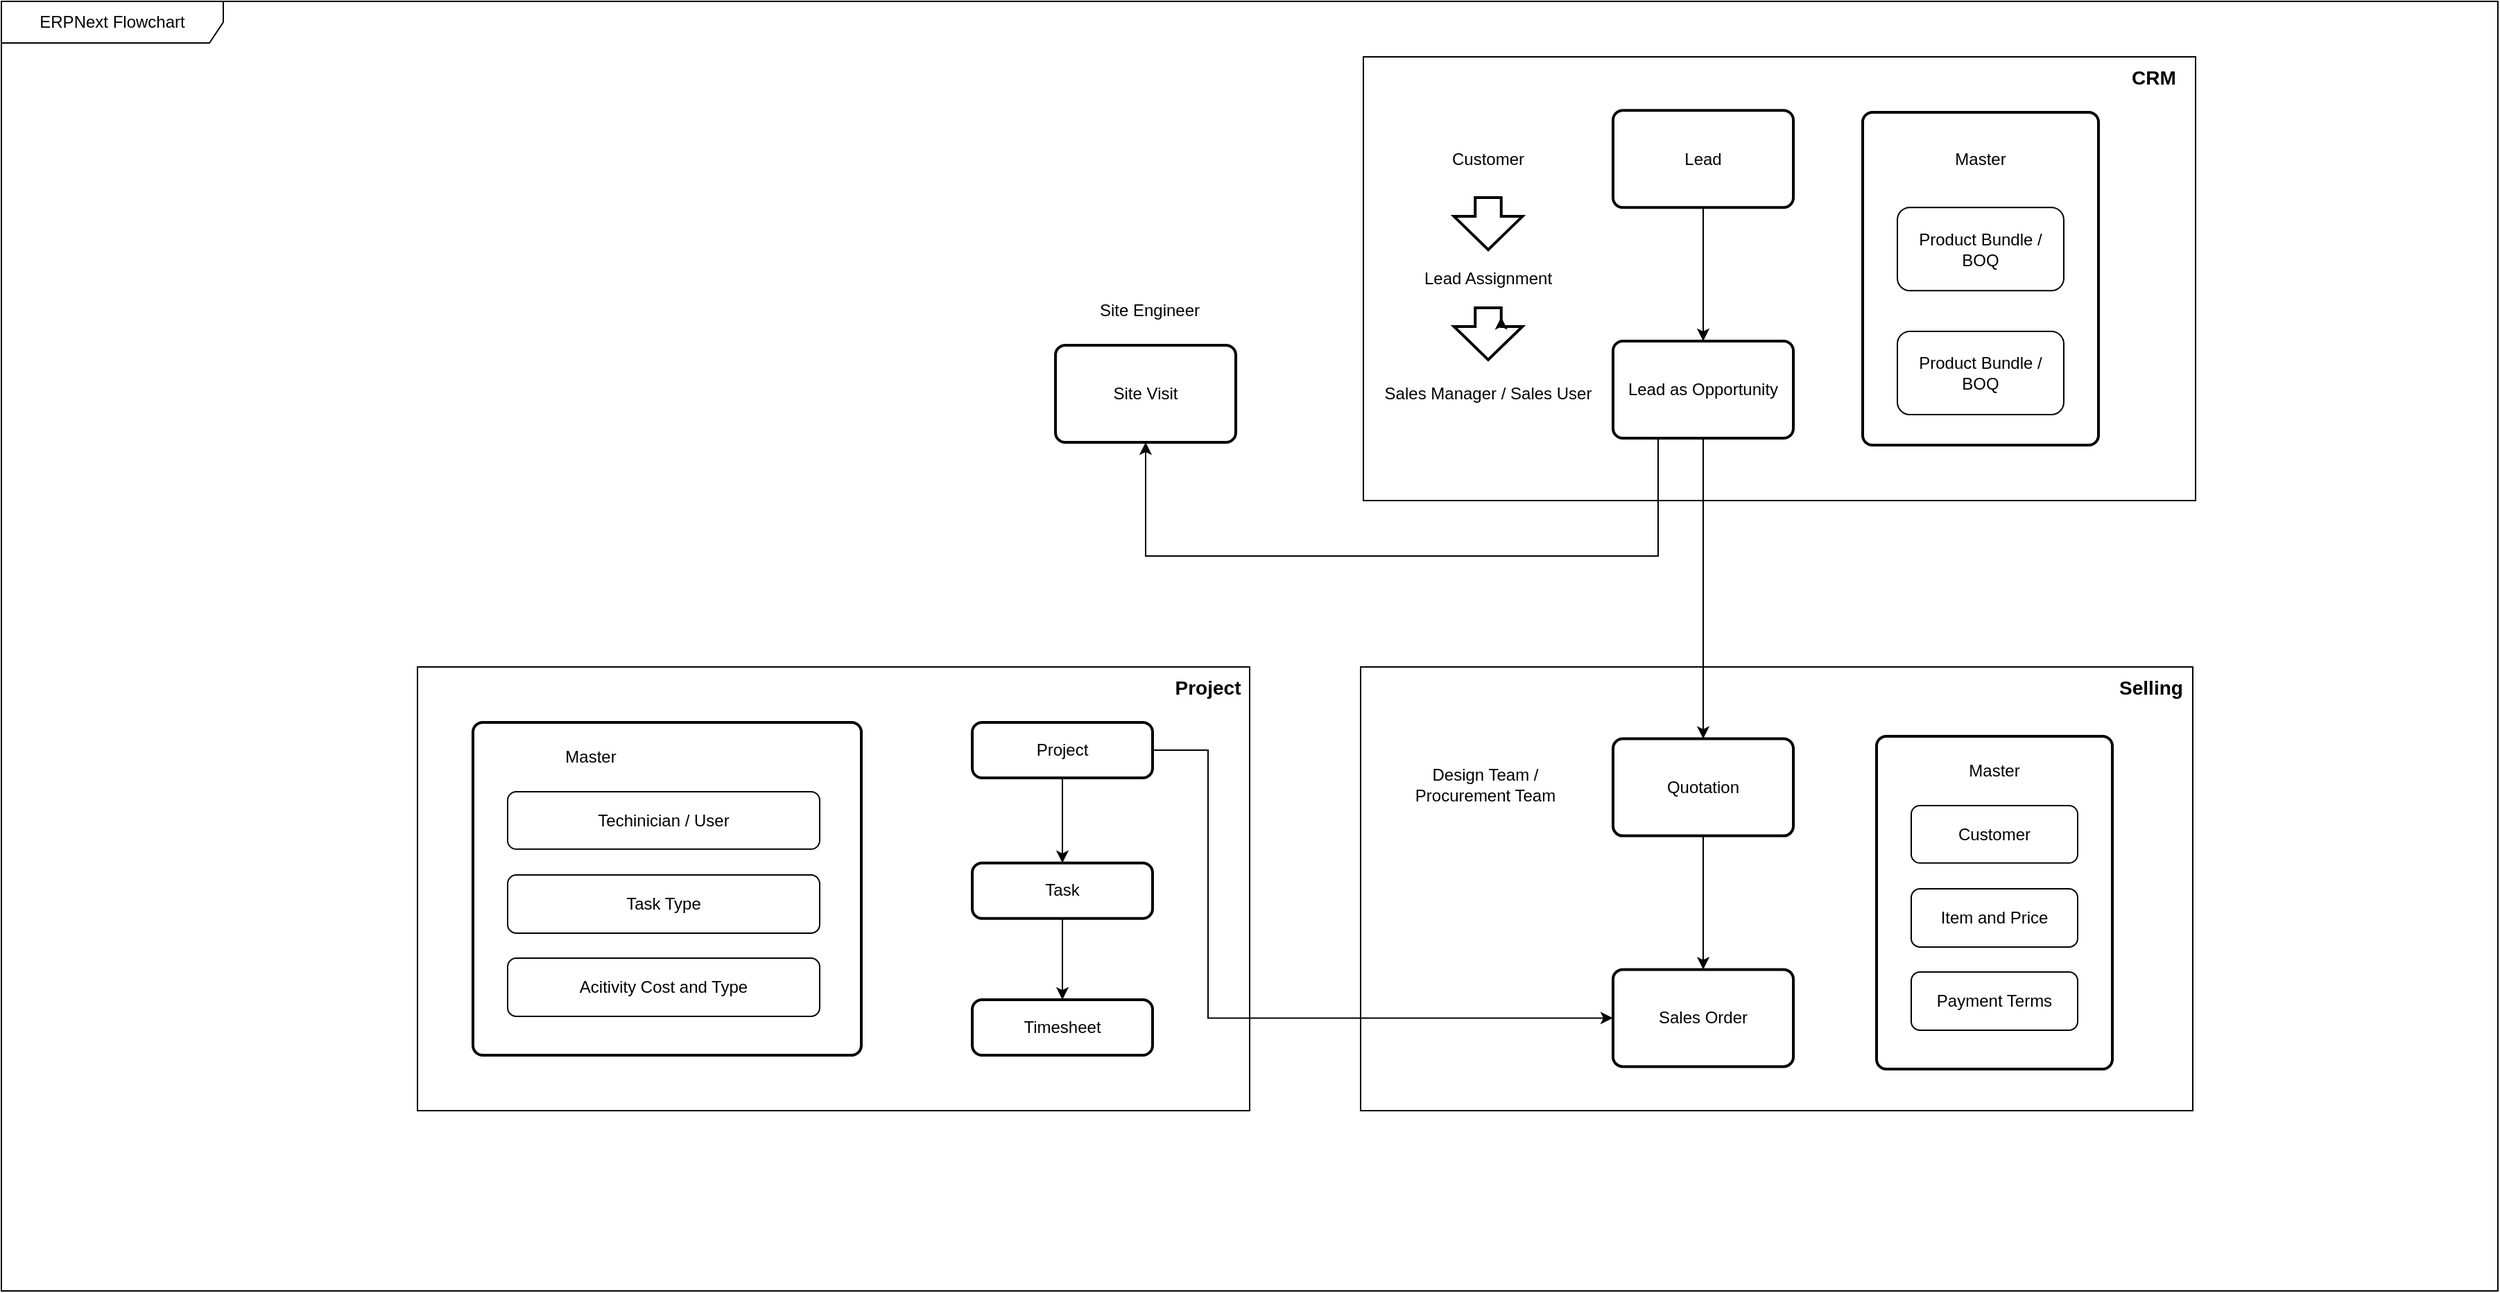
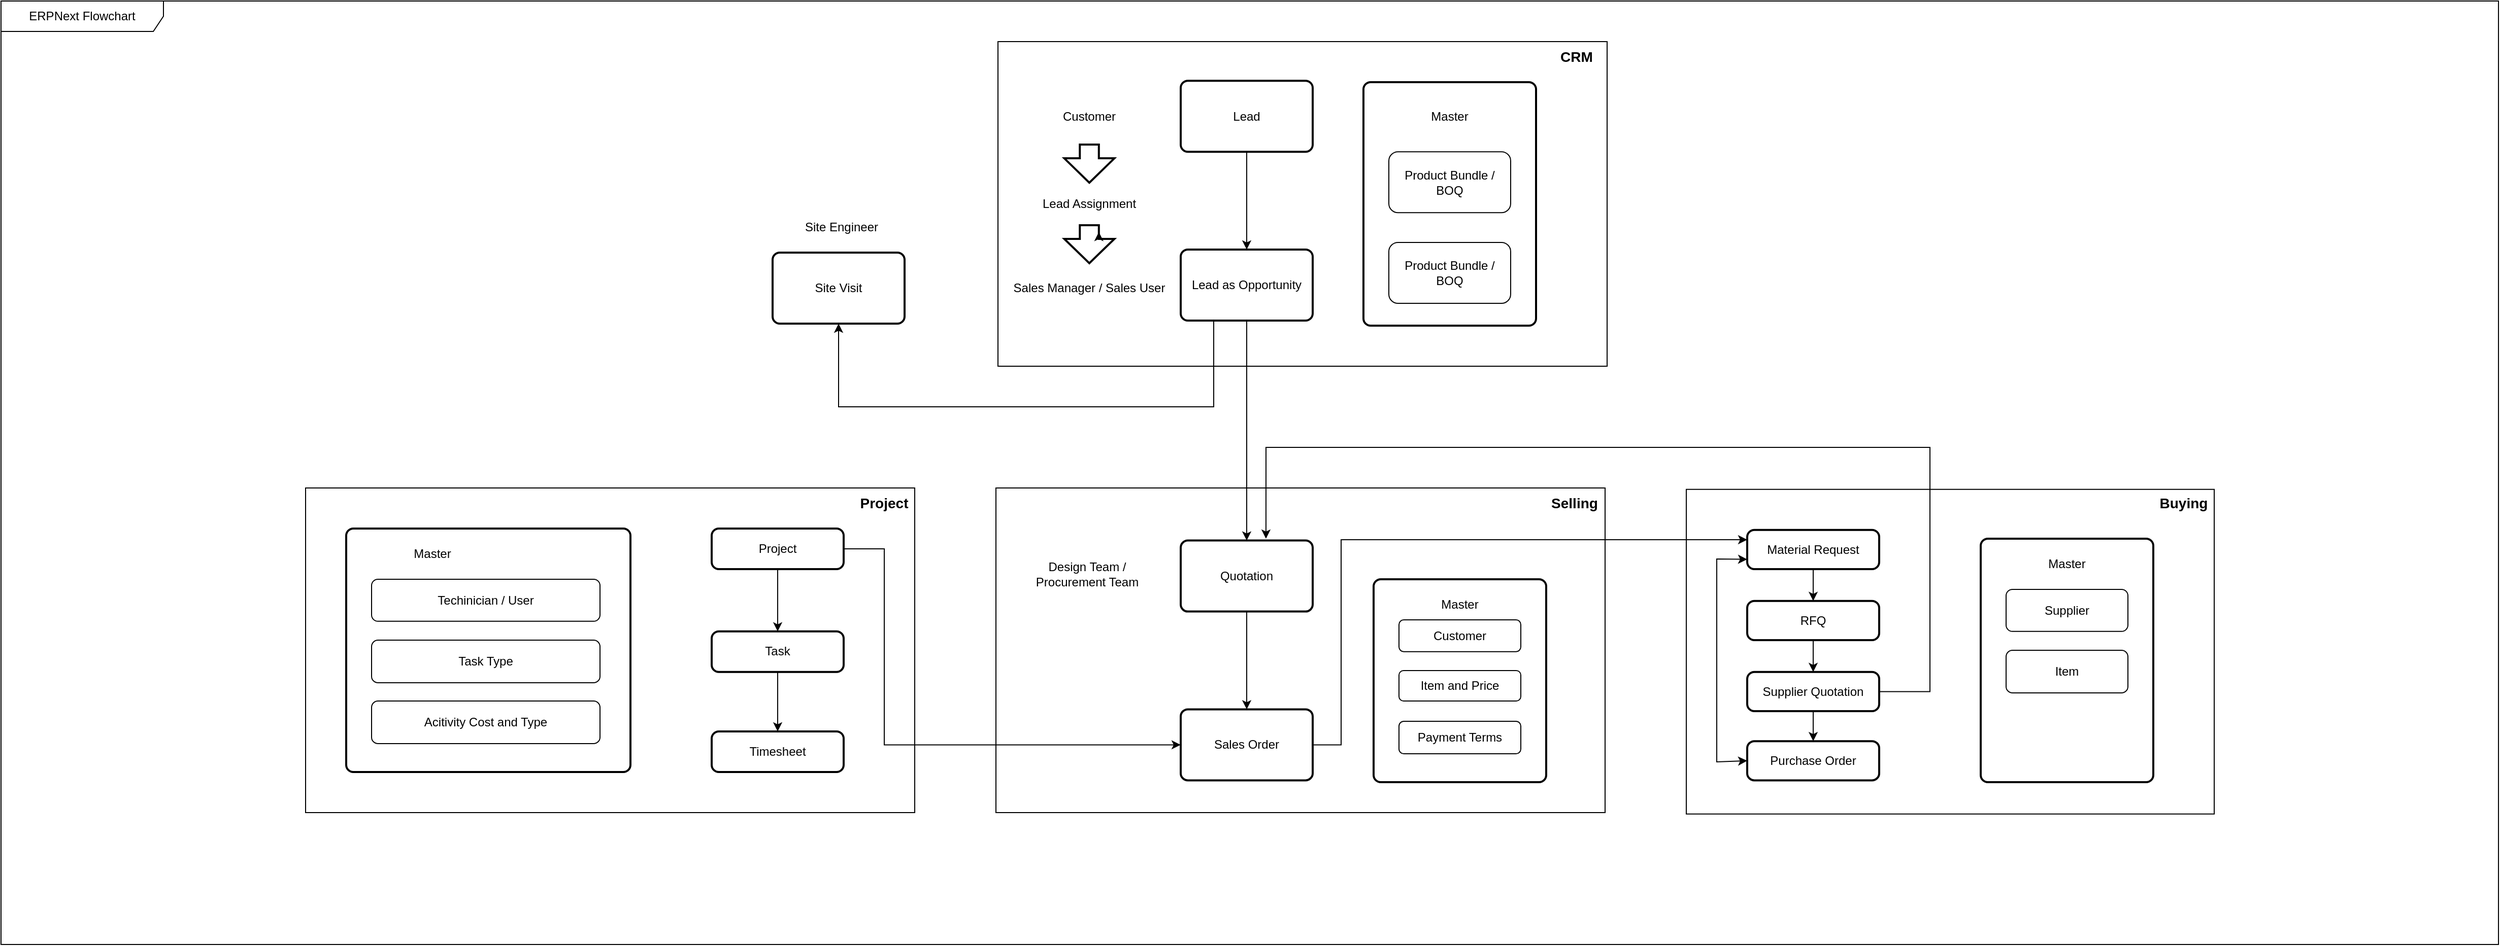
<mxfile host="Electron" agent="Mozilla/5.0 (Windows NT 10.0; Win64; x64) AppleWebKit/537.36 (KHTML, like Gecko) draw.io/28.2.5 Chrome/138.0.7204.251 Electron/37.6.1 Safari/537.36" version="28.2.5">
  <diagram name="ERPNext-Flowchart" id="5VQpRf3UxsrrhgqVb7EB">
    <mxGraphModel dx="1938" dy="537" grid="1" gridSize="10" guides="1" tooltips="1" connect="1" arrows="1" fold="1" page="1" pageScale="1" pageWidth="827" pageHeight="1169" math="0" shadow="0">
      <root>
        <mxCell id="0" />
        <mxCell id="1" parent="0" />
        <mxCell id="KllrkMzeH1JwtFpocHV2-1" value="ERPNext Flowchart" style="shape=umlFrame;whiteSpace=wrap;html=1;pointerEvents=0;recursiveResize=0;container=1;collapsible=0;width=160;" parent="1" vertex="1">
-           <mxGeometry x="-620" y="200" width="1800" height="930" as="geometry" />
+           <mxGeometry x="-620" y="200" width="2460" height="930" as="geometry" />
        </mxCell>
        <mxCell id="KllrkMzeH1JwtFpocHV2-4" value="" style="rounded=0;whiteSpace=wrap;html=1;" parent="KllrkMzeH1JwtFpocHV2-1" vertex="1">
          <mxGeometry x="982" y="40" width="600" height="320" as="geometry" />
        </mxCell>
        <mxCell id="HzzqJf4aiWvtWUCyWPR2-2" value="" style="rounded=0;whiteSpace=wrap;html=1;" parent="KllrkMzeH1JwtFpocHV2-1" vertex="1">
          <mxGeometry x="980" y="480" width="600" height="320" as="geometry" />
        </mxCell>
        <mxCell id="KllrkMzeH1JwtFpocHV2-5" value="&lt;b&gt;&lt;font style=&quot;font-size: 14px;&quot;&gt;CRM&lt;/font&gt;&lt;/b&gt;" style="text;html=1;align=center;verticalAlign=middle;whiteSpace=wrap;rounded=0;" parent="KllrkMzeH1JwtFpocHV2-1" vertex="1">
          <mxGeometry x="1522" y="40" width="60" height="30" as="geometry" />
        </mxCell>
        <mxCell id="KllrkMzeH1JwtFpocHV2-8" style="edgeStyle=orthogonalEdgeStyle;rounded=0;orthogonalLoop=1;jettySize=auto;html=1;entryX=0.5;entryY=0;entryDx=0;entryDy=0;" parent="KllrkMzeH1JwtFpocHV2-1" source="KllrkMzeH1JwtFpocHV2-6" target="KllrkMzeH1JwtFpocHV2-7" edge="1">
          <mxGeometry relative="1" as="geometry" />
        </mxCell>
        <mxCell id="KllrkMzeH1JwtFpocHV2-6" value="Lead" style="rounded=1;whiteSpace=wrap;html=1;absoluteArcSize=1;arcSize=14;strokeWidth=2;" parent="KllrkMzeH1JwtFpocHV2-1" vertex="1">
          <mxGeometry x="1162" y="78.62" width="130" height="70" as="geometry" />
        </mxCell>
        <mxCell id="HfOkyrBZXoMukZalgRzS-3" style="edgeStyle=orthogonalEdgeStyle;rounded=0;orthogonalLoop=1;jettySize=auto;html=1;exitX=0.25;exitY=1;exitDx=0;exitDy=0;entryX=0.5;entryY=1;entryDx=0;entryDy=0;" parent="KllrkMzeH1JwtFpocHV2-1" source="KllrkMzeH1JwtFpocHV2-7" target="HfOkyrBZXoMukZalgRzS-1" edge="1">
          <mxGeometry relative="1" as="geometry">
            <Array as="points">
              <mxPoint x="1195" y="400" />
              <mxPoint x="825" y="400" />
            </Array>
          </mxGeometry>
        </mxCell>
        <mxCell id="9vPmLMj-lYNAUNwBxfTh-4" style="edgeStyle=orthogonalEdgeStyle;rounded=0;orthogonalLoop=1;jettySize=auto;html=1;" parent="KllrkMzeH1JwtFpocHV2-1" source="KllrkMzeH1JwtFpocHV2-7" target="9vPmLMj-lYNAUNwBxfTh-2" edge="1">
          <mxGeometry relative="1" as="geometry" />
        </mxCell>
        <mxCell id="KllrkMzeH1JwtFpocHV2-7" value="Lead as Opportunity" style="rounded=1;whiteSpace=wrap;html=1;absoluteArcSize=1;arcSize=14;strokeWidth=2;" parent="KllrkMzeH1JwtFpocHV2-1" vertex="1">
          <mxGeometry x="1162" y="245" width="130" height="70" as="geometry" />
        </mxCell>
        <mxCell id="C1Wobmr2DnB0NistbBoQ-4" value="Customer" style="text;html=1;align=center;verticalAlign=middle;whiteSpace=wrap;rounded=0;" parent="KllrkMzeH1JwtFpocHV2-1" vertex="1">
          <mxGeometry x="982" y="98.62" width="180" height="30" as="geometry" />
        </mxCell>
        <mxCell id="C1Wobmr2DnB0NistbBoQ-7" value="Sales Manager / Sales User" style="text;html=1;align=center;verticalAlign=middle;whiteSpace=wrap;rounded=0;" parent="KllrkMzeH1JwtFpocHV2-1" vertex="1">
          <mxGeometry x="982" y="268" width="180" height="30" as="geometry" />
        </mxCell>
        <mxCell id="C1Wobmr2DnB0NistbBoQ-9" value="" style="verticalLabelPosition=bottom;verticalAlign=top;html=1;strokeWidth=2;shape=mxgraph.arrows2.arrow;dy=0.62;dx=24;notch=0;rotation=90;" parent="KllrkMzeH1JwtFpocHV2-1" vertex="1">
          <mxGeometry x="1053.25" y="135.62" width="37.5" height="49.38" as="geometry" />
        </mxCell>
        <mxCell id="C1Wobmr2DnB0NistbBoQ-10" value="" style="verticalLabelPosition=bottom;verticalAlign=top;html=1;strokeWidth=2;shape=mxgraph.arrows2.arrow;dy=0.62;dx=24;notch=0;rotation=90;" parent="KllrkMzeH1JwtFpocHV2-1" vertex="1">
          <mxGeometry x="1053.25" y="215" width="37.5" height="49.38" as="geometry" />
        </mxCell>
        <mxCell id="mgzSuXylah5s0_LilTAz-1" value="" style="rounded=1;whiteSpace=wrap;html=1;absoluteArcSize=1;arcSize=14;strokeWidth=2;" parent="KllrkMzeH1JwtFpocHV2-1" vertex="1">
          <mxGeometry x="1342" y="80" width="170" height="240" as="geometry" />
        </mxCell>
        <mxCell id="mgzSuXylah5s0_LilTAz-3" value="Master" style="text;html=1;align=center;verticalAlign=middle;whiteSpace=wrap;rounded=0;" parent="KllrkMzeH1JwtFpocHV2-1" vertex="1">
          <mxGeometry x="1397" y="98.62" width="60" height="30" as="geometry" />
        </mxCell>
        <mxCell id="mgzSuXylah5s0_LilTAz-4" value="Product Bundle / BOQ" style="rounded=1;whiteSpace=wrap;html=1;" parent="KllrkMzeH1JwtFpocHV2-1" vertex="1">
          <mxGeometry x="1367" y="148.62" width="120" height="60" as="geometry" />
        </mxCell>
        <mxCell id="mgzSuXylah5s0_LilTAz-5" value="Product Bundle / BOQ" style="rounded=1;whiteSpace=wrap;html=1;" parent="KllrkMzeH1JwtFpocHV2-1" vertex="1">
          <mxGeometry x="1367" y="238" width="120" height="60" as="geometry" />
        </mxCell>
        <mxCell id="C1Wobmr2DnB0NistbBoQ-6" value="Lead Assignment" style="text;html=1;align=center;verticalAlign=middle;whiteSpace=wrap;rounded=0;" parent="KllrkMzeH1JwtFpocHV2-1" vertex="1">
          <mxGeometry x="982" y="185" width="180" height="30" as="geometry" />
        </mxCell>
        <mxCell id="mgzSuXylah5s0_LilTAz-6" style="edgeStyle=orthogonalEdgeStyle;rounded=0;orthogonalLoop=1;jettySize=auto;html=1;exitX=0;exitY=0;exitDx=13.5;exitDy=15.3078;exitPerimeter=0;entryX=0;entryY=0;entryDx=6.75;entryDy=15.3078;entryPerimeter=0;" parent="KllrkMzeH1JwtFpocHV2-1" source="C1Wobmr2DnB0NistbBoQ-10" target="C1Wobmr2DnB0NistbBoQ-10" edge="1">
          <mxGeometry relative="1" as="geometry" />
        </mxCell>
        <mxCell id="HfOkyrBZXoMukZalgRzS-1" value="Site Visit" style="rounded=1;whiteSpace=wrap;html=1;absoluteArcSize=1;arcSize=14;strokeWidth=2;" parent="KllrkMzeH1JwtFpocHV2-1" vertex="1">
          <mxGeometry x="760" y="248" width="130" height="70" as="geometry" />
        </mxCell>
        <mxCell id="HfOkyrBZXoMukZalgRzS-2" value="Site Engineer" style="text;html=1;align=center;verticalAlign=middle;whiteSpace=wrap;rounded=0;" parent="KllrkMzeH1JwtFpocHV2-1" vertex="1">
          <mxGeometry x="763" y="208" width="130" height="30" as="geometry" />
        </mxCell>
        <mxCell id="HzzqJf4aiWvtWUCyWPR2-1" value="" style="rounded=0;whiteSpace=wrap;html=1;" parent="KllrkMzeH1JwtFpocHV2-1" vertex="1">
          <mxGeometry x="300" y="480" width="600" height="320" as="geometry" />
        </mxCell>
        <mxCell id="HzzqJf4aiWvtWUCyWPR2-3" value="&lt;b&gt;&lt;font style=&quot;font-size: 14px;&quot;&gt;Selling&lt;/font&gt;&lt;/b&gt;" style="text;html=1;align=center;verticalAlign=middle;whiteSpace=wrap;rounded=0;" parent="KllrkMzeH1JwtFpocHV2-1" vertex="1">
          <mxGeometry x="1520" y="480" width="60" height="30" as="geometry" />
        </mxCell>
        <mxCell id="HzzqJf4aiWvtWUCyWPR2-4" value="" style="rounded=1;whiteSpace=wrap;html=1;absoluteArcSize=1;arcSize=14;strokeWidth=2;" parent="KllrkMzeH1JwtFpocHV2-1" vertex="1">
-           <mxGeometry x="1352" y="530" width="170" height="240" as="geometry" />
+           <mxGeometry x="1352" y="570" width="170" height="200" as="geometry" />
        </mxCell>
        <mxCell id="HzzqJf4aiWvtWUCyWPR2-5" value="Master" style="text;html=1;align=center;verticalAlign=middle;whiteSpace=wrap;rounded=0;" parent="KllrkMzeH1JwtFpocHV2-1" vertex="1">
-           <mxGeometry x="1407" y="540" width="60" height="30" as="geometry" />
+           <mxGeometry x="1407" y="580" width="60" height="30" as="geometry" />
        </mxCell>
        <mxCell id="HzzqJf4aiWvtWUCyWPR2-6" value="Customer" style="rounded=1;whiteSpace=wrap;html=1;" parent="KllrkMzeH1JwtFpocHV2-1" vertex="1">
-           <mxGeometry x="1377" y="580" width="120" height="41.38" as="geometry" />
+           <mxGeometry x="1377" y="610" width="120" height="31.38" as="geometry" />
        </mxCell>
        <mxCell id="HzzqJf4aiWvtWUCyWPR2-7" value="Item and Price" style="rounded=1;whiteSpace=wrap;html=1;" parent="KllrkMzeH1JwtFpocHV2-1" vertex="1">
-           <mxGeometry x="1377" y="640" width="120" height="42" as="geometry" />
+           <mxGeometry x="1377" y="660" width="120" height="30" as="geometry" />
        </mxCell>
        <mxCell id="HzzqJf4aiWvtWUCyWPR2-8" value="Payment Terms" style="rounded=1;whiteSpace=wrap;html=1;" parent="KllrkMzeH1JwtFpocHV2-1" vertex="1">
-           <mxGeometry x="1377" y="700" width="120" height="42" as="geometry" />
+           <mxGeometry x="1377" y="710" width="120" height="32" as="geometry" />
        </mxCell>
        <mxCell id="9vPmLMj-lYNAUNwBxfTh-1" style="edgeStyle=orthogonalEdgeStyle;rounded=0;orthogonalLoop=1;jettySize=auto;html=1;entryX=0.5;entryY=0;entryDx=0;entryDy=0;" parent="KllrkMzeH1JwtFpocHV2-1" source="9vPmLMj-lYNAUNwBxfTh-2" target="9vPmLMj-lYNAUNwBxfTh-3" edge="1">
          <mxGeometry relative="1" as="geometry" />
        </mxCell>
        <mxCell id="9vPmLMj-lYNAUNwBxfTh-2" value="Quotation" style="rounded=1;whiteSpace=wrap;html=1;absoluteArcSize=1;arcSize=14;strokeWidth=2;" parent="KllrkMzeH1JwtFpocHV2-1" vertex="1">
          <mxGeometry x="1162" y="531.8100000000001" width="130" height="70" as="geometry" />
        </mxCell>
        <mxCell id="9vPmLMj-lYNAUNwBxfTh-3" value="Sales Order" style="rounded=1;whiteSpace=wrap;html=1;absoluteArcSize=1;arcSize=14;strokeWidth=2;" parent="KllrkMzeH1JwtFpocHV2-1" vertex="1">
          <mxGeometry x="1162" y="698.19" width="130" height="70" as="geometry" />
        </mxCell>
        <mxCell id="9vPmLMj-lYNAUNwBxfTh-5" value="Design Team / &lt;br&gt;Procurement Team" style="text;html=1;align=center;verticalAlign=middle;whiteSpace=wrap;rounded=0;" parent="KllrkMzeH1JwtFpocHV2-1" vertex="1">
          <mxGeometry x="980" y="550" width="180" height="30" as="geometry" />
        </mxCell>
-         <mxCell id="2oqTBdLxuhPTP0U-nZZK-1" value="&lt;b&gt;&lt;font style=&quot;font-size: 14px;&quot;&gt;Project&lt;/font&gt;&lt;/b&gt;" style="text;html=1;align=center;verticalAlign=middle;whiteSpace=wrap;rounded=0;" vertex="1" parent="KllrkMzeH1JwtFpocHV2-1">
+         <mxCell id="2oqTBdLxuhPTP0U-nZZK-1" value="&lt;b&gt;&lt;font style=&quot;font-size: 14px;&quot;&gt;Project&lt;/font&gt;&lt;/b&gt;" style="text;html=1;align=center;verticalAlign=middle;whiteSpace=wrap;rounded=0;" parent="KllrkMzeH1JwtFpocHV2-1" vertex="1">
          <mxGeometry x="840" y="480" width="60" height="30" as="geometry" />
        </mxCell>
-         <mxCell id="2oqTBdLxuhPTP0U-nZZK-2" value="" style="rounded=1;whiteSpace=wrap;html=1;absoluteArcSize=1;arcSize=14;strokeWidth=2;" vertex="1" parent="KllrkMzeH1JwtFpocHV2-1">
+         <mxCell id="2oqTBdLxuhPTP0U-nZZK-2" value="" style="rounded=1;whiteSpace=wrap;html=1;absoluteArcSize=1;arcSize=14;strokeWidth=2;" parent="KllrkMzeH1JwtFpocHV2-1" vertex="1">
          <mxGeometry x="340" y="520" width="280" height="240" as="geometry" />
        </mxCell>
-         <mxCell id="2oqTBdLxuhPTP0U-nZZK-3" value="Master" style="text;html=1;align=center;verticalAlign=middle;whiteSpace=wrap;rounded=0;" vertex="1" parent="KllrkMzeH1JwtFpocHV2-1">
+         <mxCell id="2oqTBdLxuhPTP0U-nZZK-3" value="Master" style="text;html=1;align=center;verticalAlign=middle;whiteSpace=wrap;rounded=0;" parent="KllrkMzeH1JwtFpocHV2-1" vertex="1">
          <mxGeometry x="395" y="530" width="60" height="30" as="geometry" />
        </mxCell>
-         <mxCell id="2oqTBdLxuhPTP0U-nZZK-4" value="Techinician / User" style="rounded=1;whiteSpace=wrap;html=1;" vertex="1" parent="KllrkMzeH1JwtFpocHV2-1">
+         <mxCell id="2oqTBdLxuhPTP0U-nZZK-4" value="Techinician / User" style="rounded=1;whiteSpace=wrap;html=1;" parent="KllrkMzeH1JwtFpocHV2-1" vertex="1">
          <mxGeometry x="365" y="570" width="225" height="41.38" as="geometry" />
        </mxCell>
-         <mxCell id="2oqTBdLxuhPTP0U-nZZK-5" value="Task Type" style="rounded=1;whiteSpace=wrap;html=1;" vertex="1" parent="KllrkMzeH1JwtFpocHV2-1">
+         <mxCell id="2oqTBdLxuhPTP0U-nZZK-5" value="Task Type" style="rounded=1;whiteSpace=wrap;html=1;" parent="KllrkMzeH1JwtFpocHV2-1" vertex="1">
          <mxGeometry x="365" y="630" width="225" height="42" as="geometry" />
        </mxCell>
-         <mxCell id="2oqTBdLxuhPTP0U-nZZK-6" value="Acitivity Cost and Type" style="rounded=1;whiteSpace=wrap;html=1;" vertex="1" parent="KllrkMzeH1JwtFpocHV2-1">
+         <mxCell id="2oqTBdLxuhPTP0U-nZZK-6" value="Acitivity Cost and Type" style="rounded=1;whiteSpace=wrap;html=1;" parent="KllrkMzeH1JwtFpocHV2-1" vertex="1">
          <mxGeometry x="365" y="690" width="225" height="42" as="geometry" />
        </mxCell>
-         <mxCell id="2oqTBdLxuhPTP0U-nZZK-10" style="edgeStyle=orthogonalEdgeStyle;rounded=0;orthogonalLoop=1;jettySize=auto;html=1;entryX=0;entryY=0.5;entryDx=0;entryDy=0;" edge="1" parent="KllrkMzeH1JwtFpocHV2-1" source="2oqTBdLxuhPTP0U-nZZK-7" target="9vPmLMj-lYNAUNwBxfTh-3">
+         <mxCell id="2oqTBdLxuhPTP0U-nZZK-10" style="edgeStyle=orthogonalEdgeStyle;rounded=0;orthogonalLoop=1;jettySize=auto;html=1;entryX=0;entryY=0.5;entryDx=0;entryDy=0;" parent="KllrkMzeH1JwtFpocHV2-1" source="2oqTBdLxuhPTP0U-nZZK-7" target="9vPmLMj-lYNAUNwBxfTh-3" edge="1">
          <mxGeometry relative="1" as="geometry">
            <Array as="points">
              <mxPoint x="870" y="540" />
              <mxPoint x="870" y="733" />
            </Array>
          </mxGeometry>
        </mxCell>
-         <mxCell id="2oqTBdLxuhPTP0U-nZZK-11" style="edgeStyle=orthogonalEdgeStyle;rounded=0;orthogonalLoop=1;jettySize=auto;html=1;entryX=0.5;entryY=0;entryDx=0;entryDy=0;" edge="1" parent="KllrkMzeH1JwtFpocHV2-1" source="2oqTBdLxuhPTP0U-nZZK-7" target="2oqTBdLxuhPTP0U-nZZK-8">
-           <mxGeometry relative="1" as="geometry" />
-         </mxCell>
-         <mxCell id="2oqTBdLxuhPTP0U-nZZK-7" value="Project" style="rounded=1;whiteSpace=wrap;html=1;absoluteArcSize=1;arcSize=14;strokeWidth=2;" vertex="1" parent="KllrkMzeH1JwtFpocHV2-1">
+         <mxCell id="2oqTBdLxuhPTP0U-nZZK-11" style="edgeStyle=orthogonalEdgeStyle;rounded=0;orthogonalLoop=1;jettySize=auto;html=1;entryX=0.5;entryY=0;entryDx=0;entryDy=0;" parent="KllrkMzeH1JwtFpocHV2-1" source="2oqTBdLxuhPTP0U-nZZK-7" target="2oqTBdLxuhPTP0U-nZZK-8" edge="1">
+           <mxGeometry relative="1" as="geometry" />
+         </mxCell>
+         <mxCell id="2oqTBdLxuhPTP0U-nZZK-7" value="Project" style="rounded=1;whiteSpace=wrap;html=1;absoluteArcSize=1;arcSize=14;strokeWidth=2;" parent="KllrkMzeH1JwtFpocHV2-1" vertex="1">
          <mxGeometry x="700" y="520" width="130" height="40" as="geometry" />
        </mxCell>
-         <mxCell id="2oqTBdLxuhPTP0U-nZZK-12" style="edgeStyle=orthogonalEdgeStyle;rounded=0;orthogonalLoop=1;jettySize=auto;html=1;entryX=0.5;entryY=0;entryDx=0;entryDy=0;" edge="1" parent="KllrkMzeH1JwtFpocHV2-1" source="2oqTBdLxuhPTP0U-nZZK-8" target="2oqTBdLxuhPTP0U-nZZK-9">
-           <mxGeometry relative="1" as="geometry" />
-         </mxCell>
-         <mxCell id="2oqTBdLxuhPTP0U-nZZK-8" value="Task" style="rounded=1;whiteSpace=wrap;html=1;absoluteArcSize=1;arcSize=14;strokeWidth=2;" vertex="1" parent="KllrkMzeH1JwtFpocHV2-1">
+         <mxCell id="2oqTBdLxuhPTP0U-nZZK-12" style="edgeStyle=orthogonalEdgeStyle;rounded=0;orthogonalLoop=1;jettySize=auto;html=1;entryX=0.5;entryY=0;entryDx=0;entryDy=0;" parent="KllrkMzeH1JwtFpocHV2-1" source="2oqTBdLxuhPTP0U-nZZK-8" target="2oqTBdLxuhPTP0U-nZZK-9" edge="1">
+           <mxGeometry relative="1" as="geometry" />
+         </mxCell>
+         <mxCell id="2oqTBdLxuhPTP0U-nZZK-8" value="Task" style="rounded=1;whiteSpace=wrap;html=1;absoluteArcSize=1;arcSize=14;strokeWidth=2;" parent="KllrkMzeH1JwtFpocHV2-1" vertex="1">
          <mxGeometry x="700" y="621.38" width="130" height="40" as="geometry" />
        </mxCell>
-         <mxCell id="2oqTBdLxuhPTP0U-nZZK-9" value="Timesheet" style="rounded=1;whiteSpace=wrap;html=1;absoluteArcSize=1;arcSize=14;strokeWidth=2;" vertex="1" parent="KllrkMzeH1JwtFpocHV2-1">
+         <mxCell id="2oqTBdLxuhPTP0U-nZZK-9" value="Timesheet" style="rounded=1;whiteSpace=wrap;html=1;absoluteArcSize=1;arcSize=14;strokeWidth=2;" parent="KllrkMzeH1JwtFpocHV2-1" vertex="1">
          <mxGeometry x="700" y="720" width="130" height="40" as="geometry" />
+         </mxCell>
+         <mxCell id="B7AZM292Pohp_deAd6Pr-1" value="" style="rounded=0;whiteSpace=wrap;html=1;" vertex="1" parent="KllrkMzeH1JwtFpocHV2-1">
+           <mxGeometry x="1660" y="481.38" width="520" height="320" as="geometry" />
+         </mxCell>
+         <mxCell id="B7AZM292Pohp_deAd6Pr-2" value="&lt;b&gt;&lt;font style=&quot;font-size: 14px;&quot;&gt;Buying&lt;/font&gt;&lt;/b&gt;" style="text;html=1;align=center;verticalAlign=middle;whiteSpace=wrap;rounded=0;" vertex="1" parent="KllrkMzeH1JwtFpocHV2-1">
+           <mxGeometry x="2120" y="480" width="60" height="30" as="geometry" />
+         </mxCell>
+         <mxCell id="B7AZM292Pohp_deAd6Pr-3" value="" style="rounded=1;whiteSpace=wrap;html=1;absoluteArcSize=1;arcSize=14;strokeWidth=2;" vertex="1" parent="KllrkMzeH1JwtFpocHV2-1">
+           <mxGeometry x="1950" y="530" width="170" height="240" as="geometry" />
+         </mxCell>
+         <mxCell id="B7AZM292Pohp_deAd6Pr-4" value="Master" style="text;html=1;align=center;verticalAlign=middle;whiteSpace=wrap;rounded=0;" vertex="1" parent="KllrkMzeH1JwtFpocHV2-1">
+           <mxGeometry x="2005" y="540" width="60" height="30" as="geometry" />
+         </mxCell>
+         <mxCell id="B7AZM292Pohp_deAd6Pr-5" value="Supplier" style="rounded=1;whiteSpace=wrap;html=1;" vertex="1" parent="KllrkMzeH1JwtFpocHV2-1">
+           <mxGeometry x="1975" y="580" width="120" height="41.38" as="geometry" />
+         </mxCell>
+         <mxCell id="B7AZM292Pohp_deAd6Pr-6" value="Item" style="rounded=1;whiteSpace=wrap;html=1;" vertex="1" parent="KllrkMzeH1JwtFpocHV2-1">
+           <mxGeometry x="1975" y="640" width="120" height="42" as="geometry" />
+         </mxCell>
+         <mxCell id="B7AZM292Pohp_deAd6Pr-16" style="edgeStyle=orthogonalEdgeStyle;rounded=0;orthogonalLoop=1;jettySize=auto;html=1;entryX=0.5;entryY=0;entryDx=0;entryDy=0;" edge="1" parent="KllrkMzeH1JwtFpocHV2-1" source="B7AZM292Pohp_deAd6Pr-8" target="B7AZM292Pohp_deAd6Pr-9">
+           <mxGeometry relative="1" as="geometry" />
+         </mxCell>
+         <mxCell id="B7AZM292Pohp_deAd6Pr-8" value="Material Request" style="rounded=1;whiteSpace=wrap;html=1;absoluteArcSize=1;arcSize=14;strokeWidth=2;" vertex="1" parent="KllrkMzeH1JwtFpocHV2-1">
+           <mxGeometry x="1720" y="521.38" width="130" height="38.62" as="geometry" />
+         </mxCell>
+         <mxCell id="B7AZM292Pohp_deAd6Pr-17" style="edgeStyle=orthogonalEdgeStyle;rounded=0;orthogonalLoop=1;jettySize=auto;html=1;" edge="1" parent="KllrkMzeH1JwtFpocHV2-1" source="B7AZM292Pohp_deAd6Pr-9" target="B7AZM292Pohp_deAd6Pr-10">
+           <mxGeometry relative="1" as="geometry" />
+         </mxCell>
+         <mxCell id="B7AZM292Pohp_deAd6Pr-9" value="RFQ" style="rounded=1;whiteSpace=wrap;html=1;absoluteArcSize=1;arcSize=14;strokeWidth=2;" vertex="1" parent="KllrkMzeH1JwtFpocHV2-1">
+           <mxGeometry x="1720" y="591.38" width="130" height="38.62" as="geometry" />
+         </mxCell>
+         <mxCell id="B7AZM292Pohp_deAd6Pr-18" style="edgeStyle=orthogonalEdgeStyle;rounded=0;orthogonalLoop=1;jettySize=auto;html=1;" edge="1" parent="KllrkMzeH1JwtFpocHV2-1" source="B7AZM292Pohp_deAd6Pr-10" target="B7AZM292Pohp_deAd6Pr-11">
+           <mxGeometry relative="1" as="geometry" />
+         </mxCell>
+         <mxCell id="B7AZM292Pohp_deAd6Pr-10" value="Supplier Quotation" style="rounded=1;whiteSpace=wrap;html=1;absoluteArcSize=1;arcSize=14;strokeWidth=2;" vertex="1" parent="KllrkMzeH1JwtFpocHV2-1">
+           <mxGeometry x="1720" y="661.38" width="130" height="38.62" as="geometry" />
+         </mxCell>
+         <mxCell id="B7AZM292Pohp_deAd6Pr-11" value="Purchase Order" style="rounded=1;whiteSpace=wrap;html=1;absoluteArcSize=1;arcSize=14;strokeWidth=2;" vertex="1" parent="KllrkMzeH1JwtFpocHV2-1">
+           <mxGeometry x="1720" y="729.5699999999999" width="130" height="38.62" as="geometry" />
+         </mxCell>
+         <mxCell id="B7AZM292Pohp_deAd6Pr-12" style="edgeStyle=orthogonalEdgeStyle;rounded=0;orthogonalLoop=1;jettySize=auto;html=1;entryX=0;entryY=0.25;entryDx=0;entryDy=0;" edge="1" parent="KllrkMzeH1JwtFpocHV2-1" source="9vPmLMj-lYNAUNwBxfTh-3" target="B7AZM292Pohp_deAd6Pr-8">
+           <mxGeometry relative="1" as="geometry">
+             <Array as="points">
+               <mxPoint x="1320" y="733" />
+               <mxPoint x="1320" y="531" />
+             </Array>
+           </mxGeometry>
+         </mxCell>
+         <mxCell id="B7AZM292Pohp_deAd6Pr-14" style="edgeStyle=orthogonalEdgeStyle;rounded=0;orthogonalLoop=1;jettySize=auto;html=1;entryX=0.646;entryY=-0.026;entryDx=0;entryDy=0;entryPerimeter=0;" edge="1" parent="KllrkMzeH1JwtFpocHV2-1" source="B7AZM292Pohp_deAd6Pr-10" target="9vPmLMj-lYNAUNwBxfTh-2">
+           <mxGeometry relative="1" as="geometry">
+             <Array as="points">
+               <mxPoint x="1900" y="681" />
+               <mxPoint x="1900" y="440" />
+               <mxPoint x="1246" y="440" />
+             </Array>
+           </mxGeometry>
+         </mxCell>
+         <mxCell id="B7AZM292Pohp_deAd6Pr-15" value="" style="endArrow=classic;startArrow=classic;html=1;rounded=0;entryX=0;entryY=0.75;entryDx=0;entryDy=0;exitX=0;exitY=0.5;exitDx=0;exitDy=0;" edge="1" parent="KllrkMzeH1JwtFpocHV2-1" source="B7AZM292Pohp_deAd6Pr-11" target="B7AZM292Pohp_deAd6Pr-8">
+           <mxGeometry width="50" height="50" relative="1" as="geometry">
+             <mxPoint x="1610" y="610" as="sourcePoint" />
+             <mxPoint x="1660" y="560" as="targetPoint" />
+             <Array as="points">
+               <mxPoint x="1690" y="750" />
+               <mxPoint x="1690" y="650" />
+               <mxPoint x="1690" y="550" />
+             </Array>
+           </mxGeometry>
        </mxCell>
      </root>
    </mxGraphModel>
  </diagram>
</mxfile>
